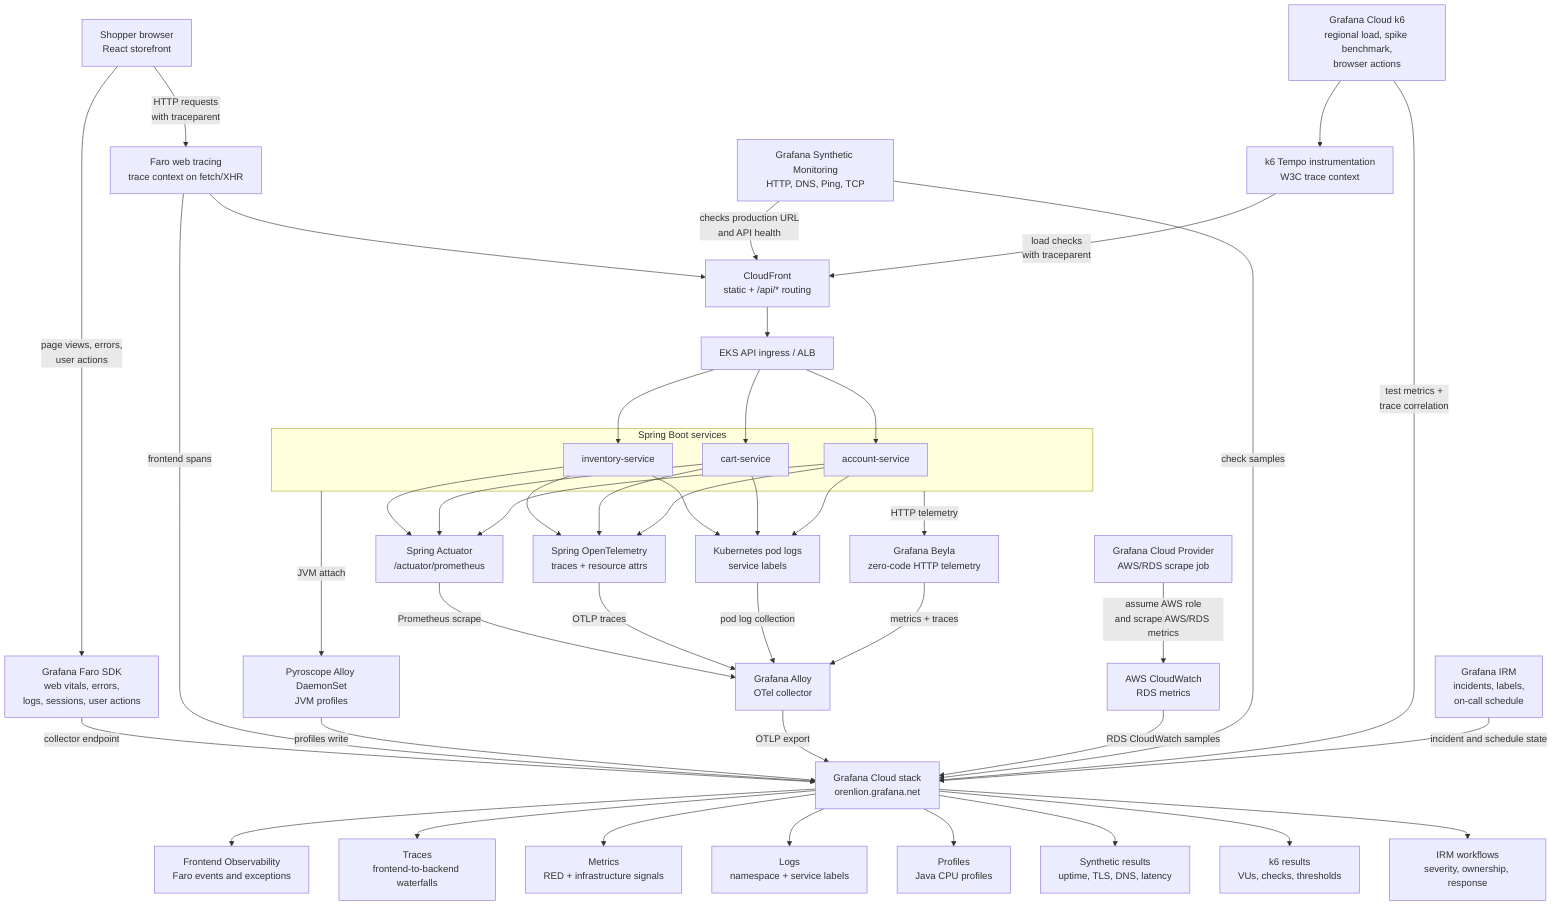
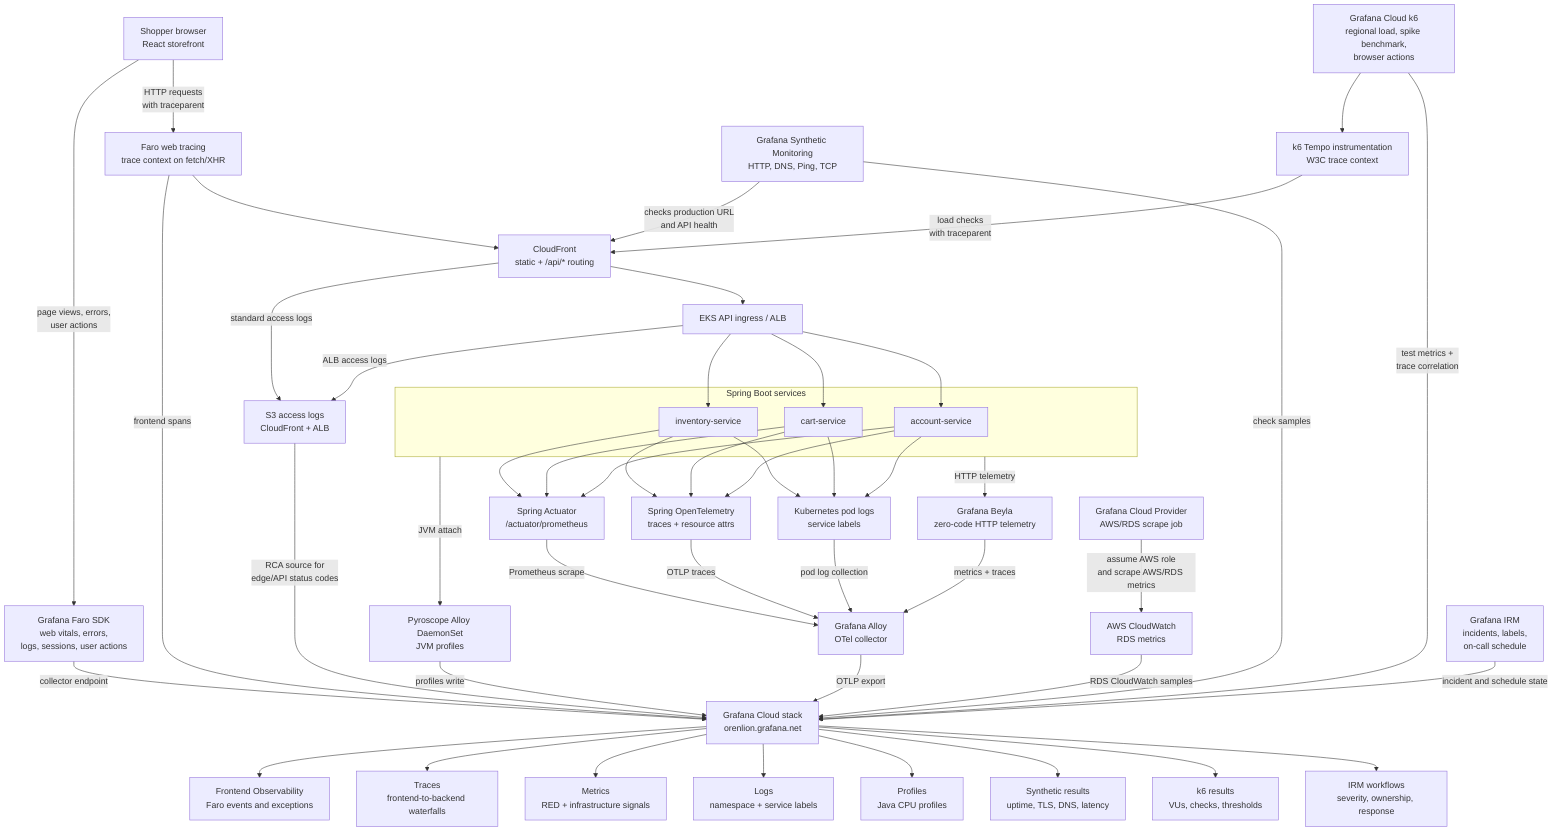
flowchart TB
  browser["Shopper browser\nReact storefront"]
  faro["Grafana Faro SDK\nweb vitals, errors,\nlogs, sessions, user actions"]
  tracing["Faro web tracing\ntrace context on fetch/XHR"]

  cloudfront["CloudFront\nstatic + /api/* routing"]
  ingress["EKS API ingress / ALB"]
+   edgeLogs["S3 access logs\nCloudFront + ALB"]

  subgraph services["Spring Boot services"]
    inventory["inventory-service"]
    cart["cart-service"]
    account["account-service"]
  end

  actuator["Spring Actuator\n/actuator/prometheus"]
  otel["Spring OpenTelemetry\ntraces + resource attrs"]
  logs["Kubernetes pod logs\nservice labels"]
  beyla["Grafana Beyla\nzero-code HTTP telemetry"]
  pyroscope["Pyroscope Alloy DaemonSet\nJVM profiles"]
  alloy["Grafana Alloy\nOTel collector"]
  cloudwatch["AWS CloudWatch\nRDS metrics"]
  cloudwatchScrape["Grafana Cloud Provider\nAWS/RDS scrape job"]

  synth["Grafana Synthetic Monitoring\nHTTP, DNS, Ping, TCP"]
  k6["Grafana Cloud k6\nregional load, spike benchmark,\nbrowser actions"]
  k6Tracing["k6 Tempo instrumentation\nW3C trace context"]
  irm["Grafana IRM\nincidents, labels,\non-call schedule"]

  grafana["Grafana Cloud stack\norenlion.grafana.net"]
  frontendObs["Frontend Observability\nFaro events and exceptions"]
  tempo["Traces\nfrontend-to-backend waterfalls"]
  prometheus["Metrics\nRED + infrastructure signals"]
  loki["Logs\nnamespace + service labels"]
  profiles["Profiles\nJava CPU profiles"]
  smResults["Synthetic results\nuptime, TLS, DNS, latency"]
  k6Results["k6 results\nVUs, checks, thresholds"]
  incidents["IRM workflows\nseverity, ownership, response"]

  browser -->|"page views, errors,\nuser actions"| faro
  browser -->|"HTTP requests\nwith traceparent"| tracing
  tracing --> cloudfront --> ingress
+   cloudfront -->|"standard access logs"| edgeLogs
+   ingress -->|"ALB access logs"| edgeLogs
  ingress --> inventory
  ingress --> cart
  ingress --> account

  faro -->|"collector endpoint"| grafana
  tracing -->|"frontend spans"| grafana

  inventory --> actuator
  cart --> actuator
  account --> actuator
  inventory --> otel
  cart --> otel
  account --> otel
  inventory --> logs
  cart --> logs
  account --> logs

  services -->|"HTTP telemetry"| beyla
  services -->|"JVM attach"| pyroscope
  actuator -->|"Prometheus scrape"| alloy
  otel -->|"OTLP traces"| alloy
  logs -->|"pod log collection"| alloy
+   edgeLogs -->|"RCA source for\nedge/API status codes"| grafana
  beyla -->|"metrics + traces"| alloy
  pyroscope -->|"profiles write"| grafana
  alloy -->|"OTLP export"| grafana
  cloudwatchScrape -->|"assume AWS role\nand scrape AWS/RDS metrics"| cloudwatch
  cloudwatch -->|"RDS CloudWatch samples"| grafana

  synth -->|"checks production URL\nand API health"| cloudfront
  synth -->|"check samples"| grafana
  k6 --> k6Tracing
  k6Tracing -->|"load checks\nwith traceparent"| cloudfront
  k6 -->|"test metrics +\ntrace correlation"| grafana
  irm -->|"incident and schedule state"| grafana

  grafana --> frontendObs
  grafana --> tempo
  grafana --> prometheus
  grafana --> loki
  grafana --> profiles
  grafana --> smResults
  grafana --> k6Results
  grafana --> incidents
